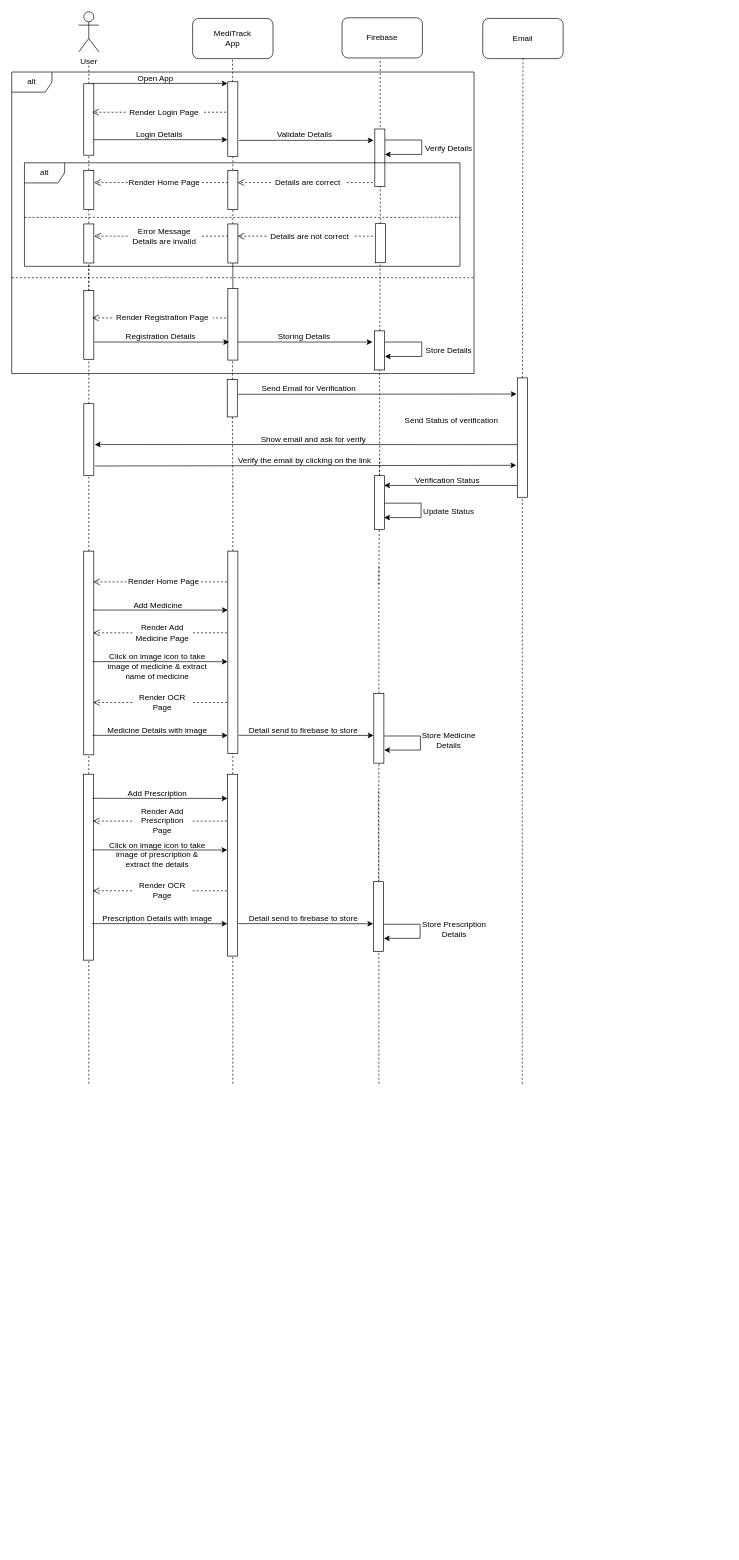
Earlier version of the draw.io diagram Sequence_Diagram_MediTrack.drawio (SJPatel123/CP-III). Source tidied: cells renumbered, new cells numbered last; positions are measured from the earlier drawing's top-left corner, leaving out a move shared by most shapes. Both pictures are drawn from the tidied source at 67%, with x=0, y=0 at pixel (-13, 11).
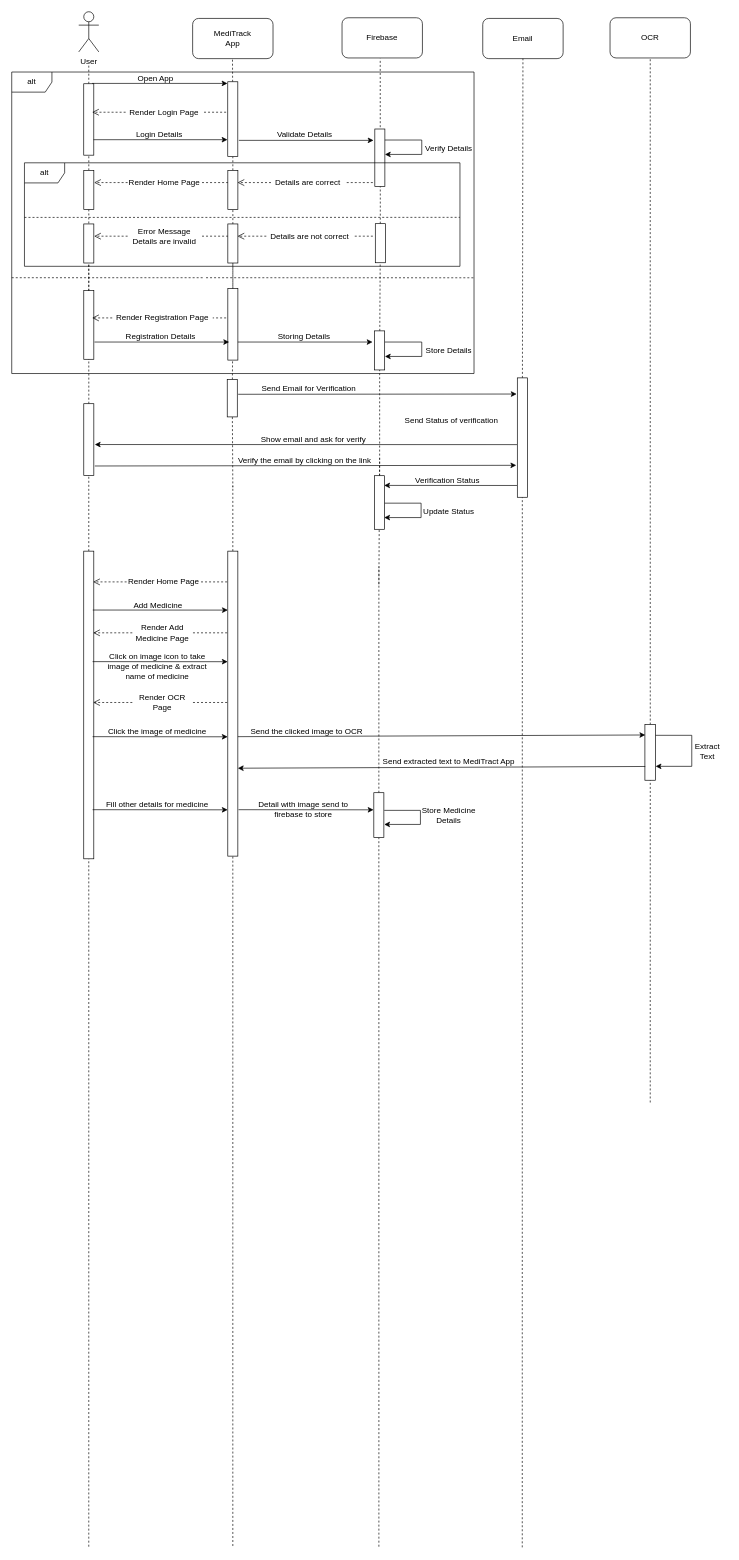
Above is the later version.

Unchanged cells that the change refers to:
```xml
<mxCell id="89" style="rounded=0;whiteSpace=wrap;html=1;rotation=90;" parent="1" vertex="1">
  <mxGeometry x="710" y="628.1" width="178.2" height="15" as="geometry" />
</mxCell>
```

Diff of the diagram source:
```diff
@@
     <mxCell id="27" style="endArrow=none;dashed=1;html=1;rounded=0;startArrow=none;" parent="1" edge="1">
       <mxGeometry relative="1" as="geometry">
-        <mxPoint x="367" y="1600" as="sourcePoint" />
+        <mxPoint x="367" y="2290" as="sourcePoint" />
         <mxPoint x="367" y="940.1" as="targetPoint" />
       </mxGeometry>
     </mxCell>
@@
     <mxCell id="88" style="endArrow=none;dashed=1;html=1;rounded=0;startArrow=none;" parent="1" edge="1" target="89">
       <mxGeometry relative="1" as="geometry">
-        <mxPoint x="799" y="1600" as="sourcePoint" />
+        <mxPoint x="799" y="2292" as="sourcePoint" />
       </mxGeometry>
     </mxCell>
@@
     <mxCell id="99" style="endArrow=none;dashed=1;html=1;rounded=0;startArrow=none;" parent="1" edge="1" target="100">
       <mxGeometry relative="1" as="geometry">
-        <mxPoint x="152" y="1600" as="sourcePoint" />
+        <mxPoint x="152" y="2291" as="sourcePoint" />
       </mxGeometry>
     </mxCell>
     <mxCell id="100" style="rounded=0;whiteSpace=wrap;html=1;rotation=90;" parent="1" vertex="1">
-      <mxGeometry y="949.6" width="304" height="15" as="geometry" />
+      <mxGeometry x="-77.6" y="1027.2" width="459.2" height="15" as="geometry" />
     </mxCell>
@@
     <mxCell id="102" style="rounded=0;whiteSpace=wrap;html=1;rotation=90;" parent="1" vertex="1">
-      <mxGeometry x="216.1" y="948.5" width="301.9" height="15" as="geometry" />
+      <mxGeometry x="139.4" y="1025.2" width="455.2" height="15" as="geometry" />
     </mxCell>
@@
     <mxCell id="113" style="endArrow=none;dashed=1;html=1;rounded=0;startArrow=none;" parent="1" edge="1" target="114">
       <mxGeometry relative="1" as="geometry">
-        <mxPoint x="585" y="1600" as="sourcePoint" />
+        <mxPoint x="585" y="2291" as="sourcePoint" />
       </mxGeometry>
     </mxCell>
     <mxCell id="114" style="rounded=0;whiteSpace=wrap;html=1;rotation=90;" parent="1" vertex="1">
-      <mxGeometry x="532.9" y="1062" width="104.1" height="15" as="geometry" />
+      <mxGeometry x="551.5" y="1191.6" width="66.9" height="15" as="geometry" />
     </mxCell>
     <mxCell id="115" style="endArrow=classic;html=1;rounded=0;exitX=0.57;exitY=-0.167;exitDx=0;exitDy=0;exitPerimeter=0;" parent="1" edge="1">
       <mxGeometry relative="1" as="geometry">
-        <mxPoint x="375.5" y="1080" as="sourcePoint" />
-        <mxPoint x="577" y="1080.2" as="targetPoint" />
+        <mxPoint x="375.5" y="1191" as="sourcePoint" />
+        <mxPoint x="577" y="1191.2" as="targetPoint" />
       </mxGeometry>
     </mxCell>
-    <mxCell id="116" value="Detail send to firebase to store" style="text;html=1;align=center;verticalAlign=middle;strokeColor=none;fillColor=none;" parent="1" vertex="1">
-      <mxGeometry x="377" y="1058" width="190" height="30" as="geometry" />
+    <mxCell id="116" value="Detail with image send to&lt;br&gt;firebase to store" style="text;html=1;align=center;verticalAlign=middle;strokeColor=none;fillColor=none;" parent="1" vertex="1">
+      <mxGeometry x="392" y="1171" width="160" height="40" as="geometry" />
     </mxCell>
     <mxCell id="117" value="Store Medicine&lt;br&gt;Details" style="text;html=1;align=center;verticalAlign=middle;strokeColor=none;fillColor=none;" parent="1" vertex="1">
-      <mxGeometry x="639" y="1068" width="100" height="40" as="geometry" />
+      <mxGeometry x="639" y="1179" width="100" height="40" as="geometry" />
     </mxCell>
@@
     <mxCell id="121" style="endArrow=classic;html=1;rounded=0;exitX=0.57;exitY=-0.167;exitDx=0;exitDy=0;exitPerimeter=0;" parent="1" edge="1">
       <mxGeometry relative="1" as="geometry">
-        <mxPoint x="157.7" y="1080" as="sourcePoint" />
-        <mxPoint x="359.3" y="1080.2" as="targetPoint" />
+        <mxPoint x="157.7" y="1191" as="sourcePoint" />
+        <mxPoint x="359.3" y="1191.2" as="targetPoint" />
       </mxGeometry>
     </mxCell>
-    <mxCell id="122" value="Medicine Details with image" style="text;html=1;align=center;verticalAlign=middle;strokeColor=none;fillColor=none;" parent="1" vertex="1">
-      <mxGeometry x="169.2" y="1058" width="170" height="30" as="geometry" />
+    <mxCell id="122" value="Fill other details for medicine" style="text;html=1;align=center;verticalAlign=middle;strokeColor=none;fillColor=none;" parent="1" vertex="1">
+      <mxGeometry x="164.2" y="1169" width="180" height="30" as="geometry" />
     </mxCell>
     <mxCell id="123" style="edgeStyle=orthogonalEdgeStyle;rounded=0;orthogonalLoop=1;jettySize=auto;html=1;exitX=0.25;exitY=0;exitDx=0;exitDy=0;entryX=0.5;entryY=0;entryDx=0;entryDy=0;" parent="1" edge="1">
       <mxGeometry relative="1" as="geometry">
-        <mxPoint x="593" y="1081" as="sourcePoint" />
-        <mxPoint x="593" y="1102" as="targetPoint" />
+        <mxPoint x="593" y="1192" as="sourcePoint" />
+        <mxPoint x="593" y="1213" as="targetPoint" />
         <Array as="points">
-          <mxPoint x="647" y="1081" />
-          <mxPoint x="647" y="1102" />
+          <mxPoint x="647" y="1192" />
+          <mxPoint x="647" y="1213" />
         </Array>
       </mxGeometry>
     </mxCell>
-    <mxCell id="124" style="endArrow=none;dashed=1;html=1;rounded=0;startArrow=none;" parent="1" edge="1" source="135">
-      <mxGeometry relative="1" as="geometry">
-        <mxPoint x="584.5" y="1161" as="targetPoint" />
-      </mxGeometry>
-    </mxCell>
-    <mxCell id="125" style="rounded=0;whiteSpace=wrap;html=1;rotation=90;" parent="1" vertex="1">
-      <mxGeometry x="12.8" y="1269.3" width="277.5" height="15" as="geometry" />
-    </mxCell>
-    <mxCell id="126" style="endArrow=none;dashed=1;html=1;rounded=0;startArrow=none;" parent="1" edge="1" target="127">
-      <mxGeometry relative="1" as="geometry">
-        <mxPoint x="366.5" y="1305" as="sourcePoint" />
-      </mxGeometry>
-    </mxCell>
-    <mxCell id="127" style="rounded=0;whiteSpace=wrap;html=1;rotation=90;" parent="1" vertex="1">
-      <mxGeometry x="230.8" y="1266.3" width="271.4" height="15" as="geometry" />
-    </mxCell>
-    <mxCell id="128" style="endArrow=classic;html=1;rounded=0;exitX=0.57;exitY=-0.167;exitDx=0;exitDy=0;exitPerimeter=0;" parent="1" edge="1">
-      <mxGeometry relative="1" as="geometry">
-        <mxPoint x="157.5" y="1174" as="sourcePoint" />
-        <mxPoint x="359" y="1174.2" as="targetPoint" />
-      </mxGeometry>
-    </mxCell>
-    <mxCell id="129" value="Add Prescription" style="text;html=1;align=center;verticalAlign=middle;strokeColor=none;fillColor=none;" parent="1" vertex="1">
-      <mxGeometry x="199" y="1152" width="110" height="30" as="geometry" />
-    </mxCell>
-    <mxCell id="130" style="html=1;verticalAlign=bottom;endArrow=open;dashed=1;endSize=8;edgeStyle=elbowEdgeStyle;elbow=vertical;curved=0;rounded=0;startArrow=none;" parent="1" edge="1" source="132">
-      <mxGeometry x="-1" y="-355" relative="1" as="geometry">
-        <mxPoint x="158" y="1208" as="targetPoint" />
-        <mxPoint x="350" y="295" as="offset" />
-      </mxGeometry>
-    </mxCell>
-    <mxCell id="131" style="html=1;verticalAlign=bottom;endArrow=none;dashed=1;endSize=8;edgeStyle=elbowEdgeStyle;elbow=vertical;curved=0;rounded=0;" parent="1" edge="1" target="132">
-      <mxGeometry x="-1" y="-355" relative="1" as="geometry">
-        <mxPoint x="358" y="1208" as="sourcePoint" />
-        <mxPoint x="350" y="295" as="offset" />
-      </mxGeometry>
-    </mxCell>
-    <mxCell id="132" value="Render Add Prescription Page" style="text;html=1;strokeColor=none;fillColor=none;align=center;verticalAlign=middle;whiteSpace=wrap;rounded=0;" parent="1" vertex="1">
-      <mxGeometry x="216.5" y="1193" width="90" height="30" as="geometry" />
-    </mxCell>
-    <mxCell id="133" style="endArrow=classic;html=1;rounded=0;exitX=0.57;exitY=-0.167;exitDx=0;exitDy=0;exitPerimeter=0;" parent="1" edge="1">
-      <mxGeometry relative="1" as="geometry">
-        <mxPoint x="157.2" y="1251" as="sourcePoint" />
-        <mxPoint x="358.8" y="1251.2" as="targetPoint" />
-      </mxGeometry>
-    </mxCell>
-    <mxCell id="134" value="Click on image icon to take&lt;br&gt;image of prescription &amp;amp;&lt;br&gt;extract the details" style="text;html=1;align=center;verticalAlign=middle;strokeColor=none;fillColor=none;" parent="1" vertex="1">
-      <mxGeometry x="168.7" y="1228" width="170" height="60" as="geometry" />
-    </mxCell>
-    <mxCell id="135" style="rounded=0;whiteSpace=wrap;html=1;rotation=90;" parent="1" vertex="1">
-      <mxGeometry x="532.4" y="1343" width="104.1" height="15" as="geometry" />
-    </mxCell>
-    <mxCell id="136" style="endArrow=classic;html=1;rounded=0;exitX=0.57;exitY=-0.167;exitDx=0;exitDy=0;exitPerimeter=0;" parent="1" edge="1">
-      <mxGeometry relative="1" as="geometry">
-        <mxPoint x="375" y="1361" as="sourcePoint" />
-        <mxPoint x="576.5" y="1361.2" as="targetPoint" />
-      </mxGeometry>
-    </mxCell>
-    <mxCell id="137" value="Detail send to firebase to store" style="text;html=1;align=center;verticalAlign=middle;strokeColor=none;fillColor=none;" parent="1" vertex="1">
-      <mxGeometry x="376.5" y="1339" width="190" height="30" as="geometry" />
-    </mxCell>
-    <mxCell id="138" value="Store Prescription&lt;br&gt;Details" style="text;html=1;align=center;verticalAlign=middle;strokeColor=none;fillColor=none;" parent="1" vertex="1">
-      <mxGeometry x="636.5" y="1349" width="120" height="40" as="geometry" />
-    </mxCell>
-    <mxCell id="139" style="html=1;verticalAlign=bottom;endArrow=open;dashed=1;endSize=8;edgeStyle=elbowEdgeStyle;elbow=vertical;curved=0;rounded=0;startArrow=none;" parent="1" edge="1" source="141">
-      <mxGeometry x="-1" y="-355" relative="1" as="geometry">
-        <mxPoint x="158" y="1312" as="targetPoint" />
-        <mxPoint x="350" y="295" as="offset" />
-      </mxGeometry>
-    </mxCell>
-    <mxCell id="140" style="html=1;verticalAlign=bottom;endArrow=none;dashed=1;endSize=8;edgeStyle=elbowEdgeStyle;elbow=vertical;curved=0;rounded=0;" parent="1" edge="1" target="141">
-      <mxGeometry x="-1" y="-355" relative="1" as="geometry">
-        <mxPoint x="358" y="1312" as="sourcePoint" />
-        <mxPoint x="350" y="295" as="offset" />
-      </mxGeometry>
-    </mxCell>
-    <mxCell id="141" value="Render OCR Page" style="text;html=1;strokeColor=none;fillColor=none;align=center;verticalAlign=middle;whiteSpace=wrap;rounded=0;" parent="1" vertex="1">
-      <mxGeometry x="216.5" y="1297" width="90" height="30" as="geometry" />
-    </mxCell>
-    <mxCell id="142" style="endArrow=classic;html=1;rounded=0;exitX=0.57;exitY=-0.167;exitDx=0;exitDy=0;exitPerimeter=0;" parent="1" edge="1">
-      <mxGeometry relative="1" as="geometry">
-        <mxPoint x="157.2" y="1361" as="sourcePoint" />
-        <mxPoint x="358.8" y="1361.2" as="targetPoint" />
-      </mxGeometry>
-    </mxCell>
-    <mxCell id="143" value="Prescription Details with image" style="text;html=1;align=center;verticalAlign=middle;strokeColor=none;fillColor=none;" parent="1" vertex="1">
-      <mxGeometry x="158.7" y="1339" width="190" height="30" as="geometry" />
-    </mxCell>
-    <mxCell id="144" style="edgeStyle=orthogonalEdgeStyle;rounded=0;orthogonalLoop=1;jettySize=auto;html=1;exitX=0.25;exitY=0;exitDx=0;exitDy=0;entryX=0.5;entryY=0;entryDx=0;entryDy=0;" parent="1" edge="1">
-      <mxGeometry relative="1" as="geometry">
-        <mxPoint x="592.5" y="1362" as="sourcePoint" />
-        <mxPoint x="592.5" y="1383" as="targetPoint" />
-        <Array as="points">
-          <mxPoint x="646.5" y="1362" />
-          <mxPoint x="646.5" y="1383" />
-        </Array>
-      </mxGeometry>
-    </mxCell>
+    <mxCell id="145" style="rounded=1;whiteSpace=wrap;html=1;" parent="1" vertex="1">
+      <mxGeometry x="930" y="9" width="120" height="60" as="geometry" />
+    </mxCell>
+    <mxCell id="146" value="OCR" style="text;html=1;strokeColor=none;fillColor=none;align=center;verticalAlign=middle;whiteSpace=wrap;rounded=0;" parent="1" vertex="1">
+      <mxGeometry x="960" y="24" width="60" height="30" as="geometry" />
+    </mxCell>
+    <mxCell id="147" style="endArrow=none;dashed=1;html=1;rounded=0;startArrow=none;" parent="1" edge="1" source="149">
+      <mxGeometry relative="1" as="geometry">
+        <mxPoint x="990" y="69" as="targetPoint" />
+      </mxGeometry>
+    </mxCell>
+    <mxCell id="148" style="endArrow=none;dashed=1;html=1;rounded=0;startArrow=none;" parent="1" edge="1" target="149">
+      <mxGeometry relative="1" as="geometry">
+        <mxPoint x="990" y="1628" as="sourcePoint" />
+      </mxGeometry>
+    </mxCell>
+    <mxCell id="149" style="rounded=0;whiteSpace=wrap;html=1;rotation=90;" parent="1" vertex="1">
+      <mxGeometry x="948.5" y="1097.5" width="83.1" height="16" as="geometry" />
+    </mxCell>
+    <mxCell id="150" style="endArrow=classic;html=1;rounded=0;exitX=0.57;exitY=-0.167;exitDx=0;exitDy=0;exitPerimeter=0;" parent="1" edge="1">
+      <mxGeometry relative="1" as="geometry">
+        <mxPoint x="157.7" y="1082" as="sourcePoint" />
+        <mxPoint x="359.3" y="1082.2" as="targetPoint" />
+      </mxGeometry>
+    </mxCell>
+    <mxCell id="151" value="Click the image of medicine" style="text;html=1;align=center;verticalAlign=middle;strokeColor=none;fillColor=none;" parent="1" vertex="1">
+      <mxGeometry x="169.2" y="1060" width="170" height="30" as="geometry" />
+    </mxCell>
+    <mxCell id="152" style="endArrow=classic;html=1;rounded=0;exitX=0.57;exitY=-0.167;exitDx=0;exitDy=0;exitPerimeter=0;entryX=0.138;entryY=0.9;entryDx=0;entryDy=0;entryPerimeter=0;" parent="1" edge="1">
+      <mxGeometry relative="1" as="geometry">
+        <mxPoint x="374.5" y="1082" as="sourcePoint" />
+        <mxPoint x="982.6" y="1079.5" as="targetPoint" />
+      </mxGeometry>
+    </mxCell>
+    <mxCell id="153" value="Send the clicked image to OCR" style="text;html=1;align=center;verticalAlign=middle;strokeColor=none;fillColor=none;" parent="1" vertex="1">
+      <mxGeometry x="382" y="1059" width="190" height="30" as="geometry" />
+    </mxCell>
+    <mxCell id="154" style="edgeStyle=orthogonalEdgeStyle;rounded=0;jettySize=auto;html=1;exitX=0.25;exitY=0;exitDx=0;exitDy=0;entryX=0.75;entryY=0;entryDx=0;entryDy=0;" parent="1" edge="1" target="149">
+      <mxGeometry relative="1" as="geometry">
+        <mxPoint x="998" y="1080" as="sourcePoint" />
+        <Array as="points">
+          <mxPoint x="1052" y="1080" />
+          <mxPoint x="1052" y="1126" />
+        </Array>
+      </mxGeometry>
+    </mxCell>
+    <mxCell id="155" value="Extract&lt;br&gt;Text" style="text;html=1;align=center;verticalAlign=middle;strokeColor=none;fillColor=none;" parent="1" vertex="1">
+      <mxGeometry x="1045.1" y="1084.1" width="60" height="40" as="geometry" />
+    </mxCell>
+    <mxCell id="156" style="endArrow=classic;html=1;rounded=0;exitX=0.57;exitY=-0.167;exitDx=0;exitDy=0;exitPerimeter=0;entryX=0.138;entryY=0.9;entryDx=0;entryDy=0;entryPerimeter=0;" parent="1" edge="1">
+      <mxGeometry relative="1" as="geometry">
+        <mxPoint x="982.6" y="1126.5" as="sourcePoint" />
+        <mxPoint x="374.5" y="1129.1" as="targetPoint" />
+      </mxGeometry>
+    </mxCell>
+    <mxCell id="157" value="Send extracted text to MediTract App" style="text;html=1;align=center;verticalAlign=middle;strokeColor=none;fillColor=none;" parent="1" vertex="1">
+      <mxGeometry x="579" y="1104.1" width="220" height="30" as="geometry" />
+    </mxCell>
```
